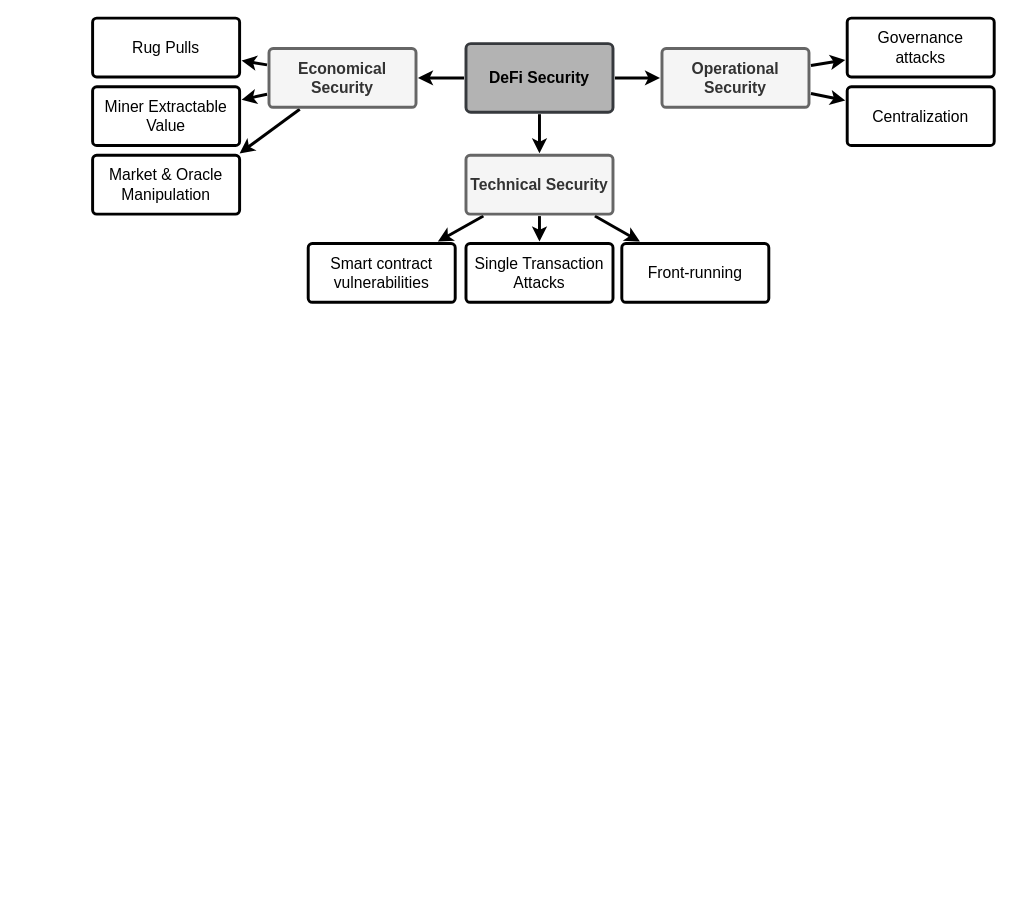
This is page "security" (4 of 4) of assets/amm-pool.drawio from xujiahuayz/bondingcurves, a draw.io file, before an edit. Source tidied: cells renumbered, new cells numbered last; positions are measured from the earlier drawing's top-left corner, leaving out a move shared by most shapes. Both pictures are drawn from the tidied source at 98%, with x=0, y=0 at pixel (92, 18).
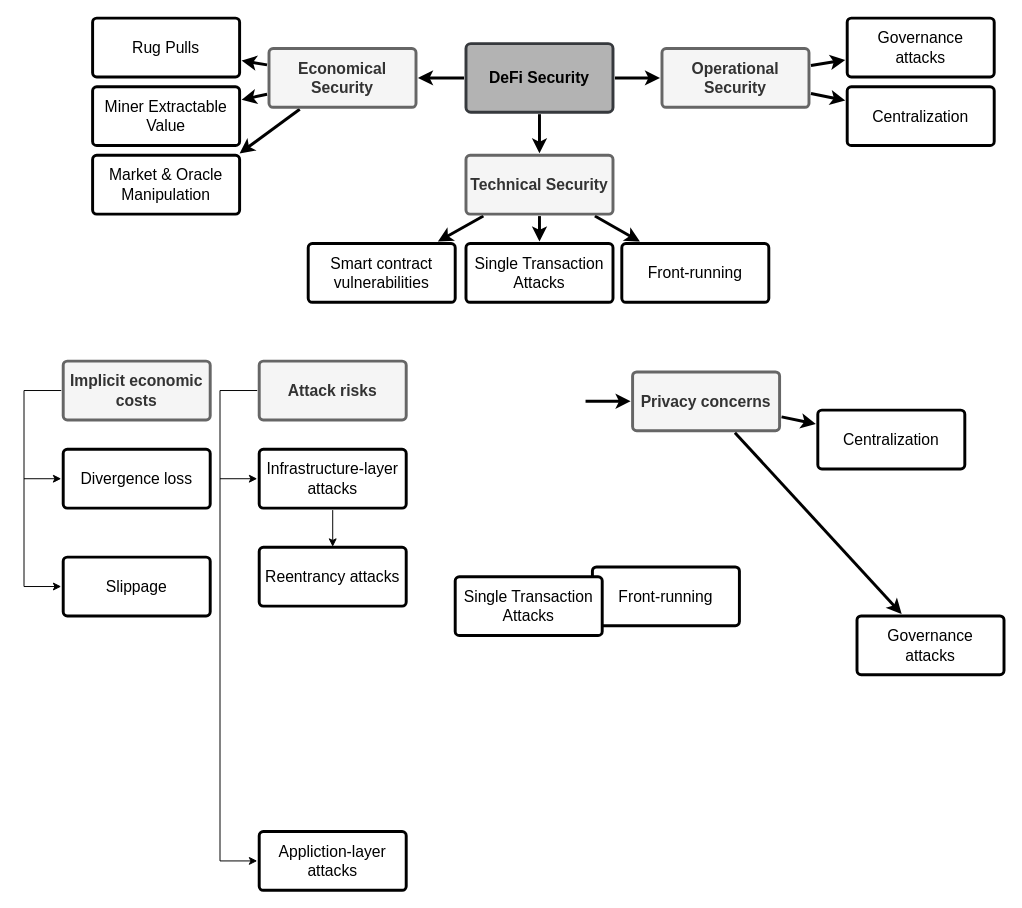
The same page after the edit.

What changed in the source:
```diff
@@
+    <mxCell id="25" style="edgeStyle=none;rounded=0;jumpStyle=none;html=1;shadow=0;labelBackgroundColor=none;startArrow=none;startFill=0;endArrow=classic;endFill=1;jettySize=auto;strokeWidth=3;fontFamily=Helvetica;fontSize=16;fontColor=#23445D;spacing=5;" parent="1" edge="1" target="33">
+      <mxGeometry relative="1" as="geometry">
+        <mxPoint x="503" y="391" as="sourcePoint" />
+      </mxGeometry>
+    </mxCell>
+    <mxCell id="26" style="edgeStyle=orthogonalEdgeStyle;rounded=0;jettySize=auto;html=1;exitX=0;exitY=0.5;exitDx=0;exitDy=0;entryX=0;entryY=0.5;entryDx=0;entryDy=0;labelBackgroundColor=none;" parent="1" edge="1" source="27" target="29">
+      <mxGeometry relative="1" as="geometry">
+        <Array as="points">
+          <mxPoint x="-70" y="380" />
+          <mxPoint x="-70" y="580" />
+        </Array>
+      </mxGeometry>
+    </mxCell>
+    <mxCell id="27" value="Implicit economic costs" style="rounded=1;whiteSpace=wrap;html=1;shadow=0;labelBackgroundColor=none;strokeWidth=3;fontFamily=Helvetica;fontSize=16;align=center;spacing=5;fontStyle=1;arcSize=7;perimeterSpacing=2;fillColor=#f5f5f5;strokeColor=#666666;fontColor=#333333;" parent="1" vertex="1">
+      <mxGeometry x="-30" y="350" width="150" height="60" as="geometry" />
+    </mxCell>
+    <mxCell id="28" value="Divergence loss" style="rounded=1;whiteSpace=wrap;html=1;shadow=0;labelBackgroundColor=none;strokeWidth=3;fontFamily=Helvetica;fontSize=16;align=center;spacing=5;fontStyle=0;arcSize=7;perimeterSpacing=2;" parent="1" vertex="1">
+      <mxGeometry x="-30" y="440" width="150" height="60" as="geometry" />
+    </mxCell>
+    <mxCell id="29" value="Slippage" style="rounded=1;whiteSpace=wrap;html=1;shadow=0;labelBackgroundColor=none;strokeWidth=3;fontFamily=Helvetica;fontSize=16;align=center;spacing=5;fontStyle=0;arcSize=7;perimeterSpacing=2;" parent="1" vertex="1">
+      <mxGeometry x="-30" y="550" width="150" height="60" as="geometry" />
+    </mxCell>
+    <mxCell id="30" value="Front-running" style="rounded=1;whiteSpace=wrap;html=1;shadow=0;labelBackgroundColor=none;strokeWidth=3;fontFamily=Helvetica;fontSize=16;align=center;spacing=5;arcSize=7;perimeterSpacing=2;" parent="1" vertex="1">
+      <mxGeometry x="510" y="560" width="150" height="60" as="geometry" />
+    </mxCell>
+    <mxCell id="31" value="Single Transaction Attacks" style="rounded=1;whiteSpace=wrap;html=1;shadow=0;labelBackgroundColor=none;strokeWidth=3;fontFamily=Helvetica;fontSize=16;align=center;spacing=5;arcSize=7;perimeterSpacing=2;" parent="1" vertex="1">
+      <mxGeometry x="370" y="570" width="150" height="60" as="geometry" />
+    </mxCell>
+    <mxCell id="32" value="Reentrancy attacks" style="rounded=1;whiteSpace=wrap;html=1;shadow=0;labelBackgroundColor=none;strokeWidth=3;fontFamily=Helvetica;fontSize=16;align=center;spacing=5;arcSize=7;perimeterSpacing=2;" parent="1" vertex="1">
+      <mxGeometry x="170" y="540" width="150" height="60" as="geometry" />
+    </mxCell>
+    <mxCell id="33" value="Privacy concerns" style="rounded=1;whiteSpace=wrap;html=1;shadow=0;labelBackgroundColor=none;strokeWidth=3;fontFamily=Helvetica;fontSize=16;align=center;spacing=5;fontStyle=1;arcSize=7;perimeterSpacing=2;fillColor=#f5f5f5;strokeColor=#666666;fontColor=#333333;" parent="1" vertex="1">
+      <mxGeometry x="551" y="361" width="150" height="60" as="geometry" />
+    </mxCell>
+    <mxCell id="34" value="Centralization" style="rounded=1;whiteSpace=wrap;html=1;shadow=0;labelBackgroundColor=none;strokeWidth=3;fontFamily=Helvetica;fontSize=16;align=center;spacing=5;fontStyle=0;arcSize=7;perimeterSpacing=2;" parent="1" vertex="1">
+      <mxGeometry x="740" y="400" width="150" height="60" as="geometry" />
+    </mxCell>
+    <mxCell id="35" style="edgeStyle=none;rounded=1;jumpStyle=none;html=1;shadow=0;labelBackgroundColor=none;startArrow=none;startFill=0;jettySize=auto;strokeWidth=3;fontFamily=Helvetica;fontSize=16;fontColor=#FFFFFF;spacing=5;fontStyle=1;" parent="1" edge="1" source="33" target="34">
+      <mxGeometry relative="1" as="geometry" />
+    </mxCell>
+    <mxCell id="36" value="Governance attacks" style="rounded=1;whiteSpace=wrap;html=1;shadow=0;labelBackgroundColor=none;strokeWidth=3;fontFamily=Helvetica;fontSize=16;align=center;spacing=5;fontStyle=0;arcSize=7;perimeterSpacing=2;" parent="1" vertex="1">
+      <mxGeometry x="780" y="610" width="150" height="60" as="geometry" />
+    </mxCell>
+    <mxCell id="37" style="edgeStyle=none;rounded=1;jumpStyle=none;html=1;shadow=0;labelBackgroundColor=none;startArrow=none;startFill=0;jettySize=auto;strokeWidth=3;fontFamily=Helvetica;fontSize=16;fontColor=#FFFFFF;spacing=5;fontStyle=1;" parent="1" edge="1" source="33" target="36">
+      <mxGeometry relative="1" as="geometry" />
+    </mxCell>
+    <mxCell id="38" style="endArrow=classic;html=1;labelBackgroundColor=none;entryX=0;entryY=0.5;entryDx=0;entryDy=0;" parent="1" edge="1" target="28">
+      <mxGeometry relative="1" as="geometry">
+        <mxPoint x="-70" y="470" as="sourcePoint" />
+      </mxGeometry>
+    </mxCell>
+    <mxCell id="39" style="edgeStyle=orthogonalEdgeStyle;rounded=0;jettySize=auto;html=1;exitX=0;exitY=0.5;exitDx=0;exitDy=0;entryX=0;entryY=0.5;entryDx=0;entryDy=0;labelBackgroundColor=none;" parent="1" edge="1" source="40" target="43">
+      <mxGeometry relative="1" as="geometry">
+        <Array as="points">
+          <mxPoint x="130" y="380" />
+          <mxPoint x="130" y="860" />
+        </Array>
+      </mxGeometry>
+    </mxCell>
+    <mxCell id="40" value="Attack risks" style="rounded=1;whiteSpace=wrap;html=1;shadow=0;labelBackgroundColor=none;strokeWidth=3;fontFamily=Helvetica;fontSize=16;align=center;spacing=5;fontStyle=1;arcSize=7;perimeterSpacing=2;fillColor=#f5f5f5;strokeColor=#666666;fontColor=#333333;" parent="1" vertex="1">
+      <mxGeometry x="170" y="350" width="150" height="60" as="geometry" />
+    </mxCell>
+    <mxCell id="41" style="edgeStyle=orthogonalEdgeStyle;rounded=0;jettySize=auto;html=1;exitX=0.5;exitY=1;exitDx=0;exitDy=0;entryX=0.5;entryY=0.022;entryDx=0;entryDy=0;entryPerimeter=0;labelBackgroundColor=none;" parent="1" edge="1" source="42" target="32">
+      <mxGeometry relative="1" as="geometry" />
+    </mxCell>
+    <mxCell id="42" value="Infrastructure-layer attacks" style="rounded=1;whiteSpace=wrap;html=1;shadow=0;labelBackgroundColor=none;strokeWidth=3;fontFamily=Helvetica;fontSize=16;align=center;spacing=5;fontStyle=0;arcSize=7;perimeterSpacing=2;" parent="1" vertex="1">
+      <mxGeometry x="170" y="440" width="150" height="60" as="geometry" />
+    </mxCell>
+    <mxCell id="43" value="Appliction-layer attacks" style="rounded=1;whiteSpace=wrap;html=1;shadow=0;labelBackgroundColor=none;strokeWidth=3;fontFamily=Helvetica;fontSize=16;align=center;spacing=5;fontStyle=0;arcSize=7;perimeterSpacing=2;" parent="1" vertex="1">
+      <mxGeometry x="170" y="830" width="150" height="60" as="geometry" />
+    </mxCell>
+    <mxCell id="44" style="endArrow=classic;html=1;labelBackgroundColor=none;entryX=0;entryY=0.5;entryDx=0;entryDy=0;" parent="1" edge="1" target="42">
+      <mxGeometry relative="1" as="geometry">
+        <mxPoint x="130" y="470" as="sourcePoint" />
+      </mxGeometry>
+    </mxCell>
```
